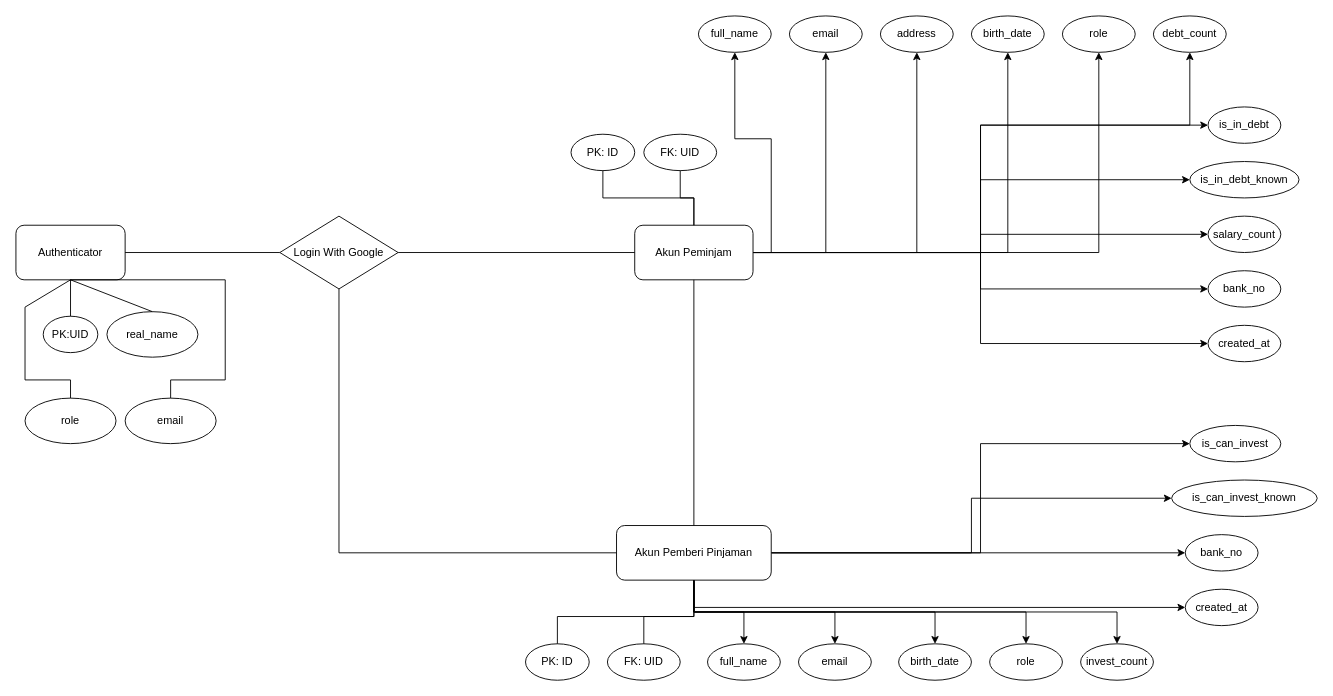
Above: Untitled Diagram.drawio in Muhammad-Fiqri/Tugas-Sistem-Basis-Data-1- (draw.io), before the change. Source tidied: cells renumbered, new cells numbered last; positions are measured from the earlier drawing's top-left corner, leaving out a move shared by most shapes. Both pictures are drawn from the tidied source at 91%, with x=0, y=0 at pixel (15, 15).
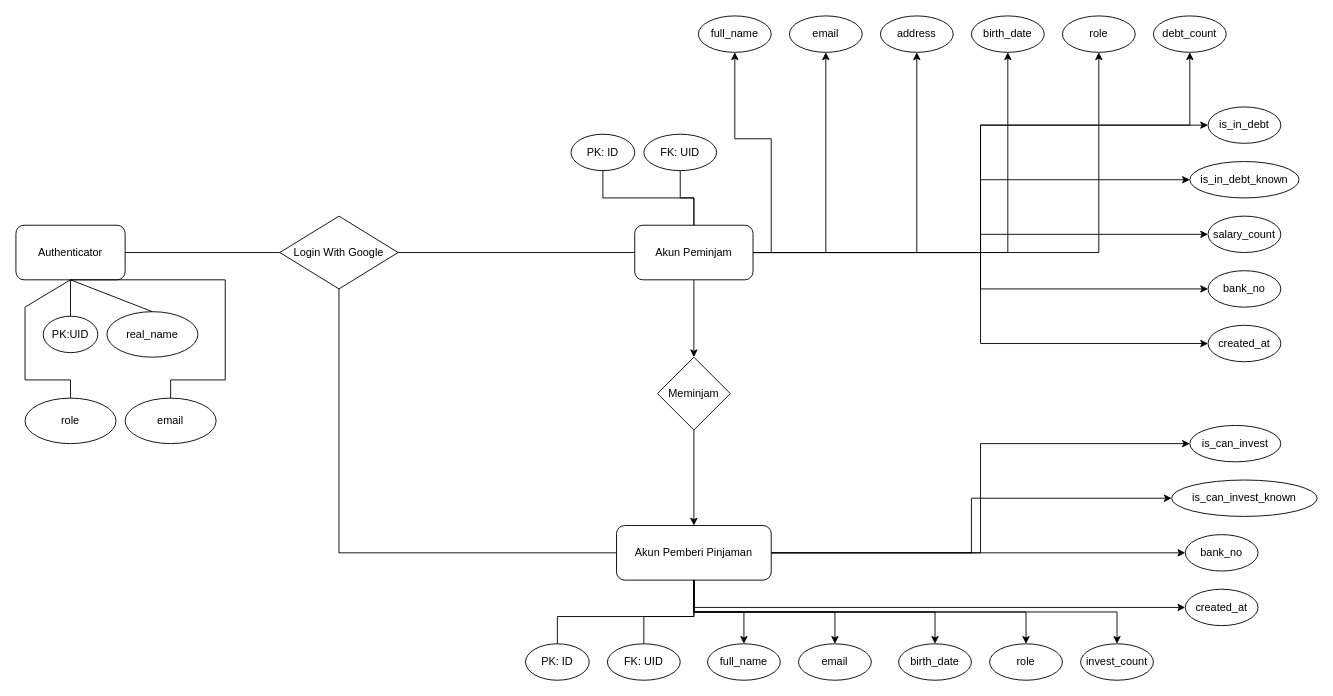
Above is the later version.

The change refers to these unchanged cells:
```xml
<mxCell id="14" value="&lt;div&gt;Akun Peminjam&lt;/div&gt;" style="rounded=1;whiteSpace=wrap;html=1;" parent="1" vertex="1">
  <mxGeometry x="680" y="230" width="130" height="60" as="geometry" />
</mxCell>
<mxCell id="24" value="&lt;div&gt;Akun Pemberi Pinjaman&lt;br&gt;&lt;/div&gt;" style="rounded=1;whiteSpace=wrap;html=1;" parent="1" vertex="1">
  <mxGeometry x="660" y="560" width="170" height="60" as="geometry" />
</mxCell>
```

Diff of the diagram source:
```diff
@@
+    <mxCell id="66" style="edgeStyle=orthogonalEdgeStyle;rounded=0;jettySize=auto;html=1;exitX=0.5;exitY=1;exitDx=0;exitDy=0;entryX=0.5;entryY=0;entryDx=0;entryDy=0;" parent="1" edge="1" source="14" target="68">
+      <mxGeometry relative="1" as="geometry" />
+    </mxCell>
@@
-    <mxCell id="37" style="endArrow=none;html=1;rounded=0;exitX=0.5;exitY=1;exitDx=0;exitDy=0;entryX=0.5;entryY=0;entryDx=0;entryDy=0;" parent="1" edge="1" source="14" target="24">
-      <mxGeometry relative="1" as="geometry" />
-    </mxCell>
@@
+    <mxCell id="67" style="edgeStyle=orthogonalEdgeStyle;rounded=0;jettySize=auto;html=1;exitX=0.5;exitY=1;exitDx=0;exitDy=0;entryX=0.5;entryY=0;entryDx=0;entryDy=0;" parent="1" edge="1" source="68" target="24">
+      <mxGeometry relative="1" as="geometry" />
+    </mxCell>
+    <mxCell id="68" value="Meminjam" style="rhombus;whiteSpace=wrap;html=1;" parent="1" vertex="1">
+      <mxGeometry x="705" y="375" width="80" height="80" as="geometry" />
+    </mxCell>
```
